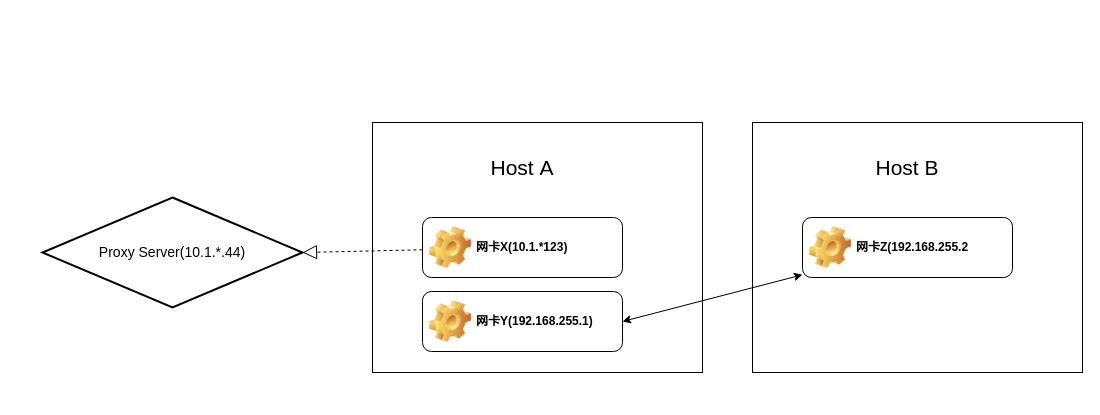
This is Untitled Diagram.drawio from pillsilly/pillsilly.github.io, a draw.io file, before an edit. Source tidied: cells renumbered, new cells numbered last; positions are measured from the earlier drawing's top-left corner, leaving out a move shared by most shapes. Both pictures are drawn from the tidied source at 100%, with x=0, y=0 at pixel (42, 122).
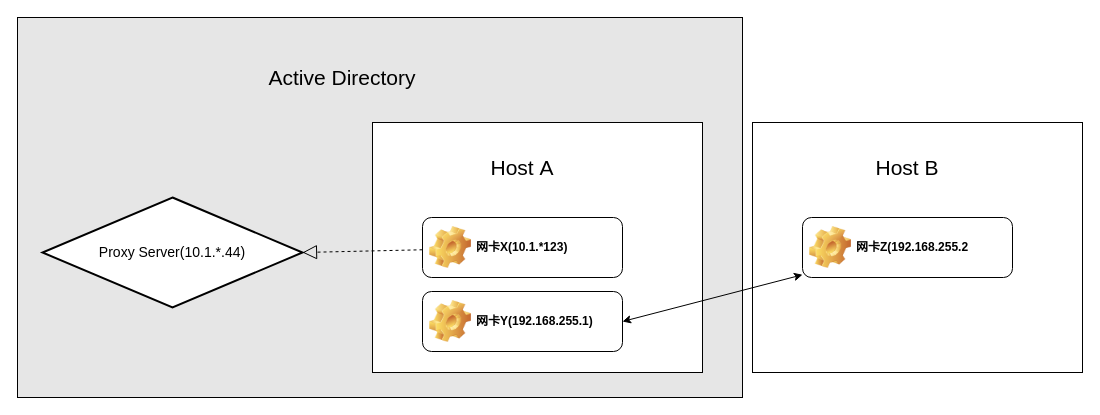
After the change.

Change to the diagram source:
```diff
@@
 <mxGraphModel>
   <root>
     <mxCell id="0" />
     <mxCell id="1" parent="0" />
+    <mxCell id="12" style="rounded=0;whiteSpace=wrap;html=1;fontSize=21;fillColor=#E6E6E6;" parent="1" vertex="1">
+      <mxGeometry x="-25" y="-105" width="725" height="380" as="geometry" />
+    </mxCell>
     <mxCell id="2" value="Proxy&amp;nbsp;Server(10.1.*.44)" style="shape=rhombus;strokeWidth=2;fontSize=17;perimeter=rhombusPerimeter;whiteSpace=wrap;html=1;align=center;fontSize=14;" parent="1" vertex="1">
       <mxGeometry y="75" width="260" height="110" as="geometry" />
     </mxCell>
     <mxCell id="3" style="rounded=0;whiteSpace=wrap;html=1;" parent="1" vertex="1">
       <mxGeometry x="330" width="330" height="250" as="geometry" />
     </mxCell>
     <mxCell id="4" value="网卡X(10.1.*123)" style="label;whiteSpace=wrap;html=1;image=img/clipart/Gear_128x128.png;" parent="1" vertex="1">
       <mxGeometry x="380" y="95" width="200" height="60" as="geometry" />
     </mxCell>
     <mxCell id="5" style="endArrow=block;dashed=1;endFill=0;endSize=12;html=1;entryX=1;entryY=0.5;entryDx=0;entryDy=0;" parent="1" edge="1" source="4" target="2">
       <mxGeometry relative="1" as="geometry" />
     </mxCell>
     <mxCell id="6" value="网卡Y(192.168.255.1)" style="label;whiteSpace=wrap;html=1;image=img/clipart/Gear_128x128.png;" parent="1" vertex="1">
       <mxGeometry x="380" y="169" width="200" height="60" as="geometry" />
     </mxCell>
     <mxCell id="7" value="Host&amp;nbsp;A" style="text;html=1;strokeColor=none;fillColor=none;align=center;verticalAlign=middle;whiteSpace=wrap;rounded=0;fontSize=21;" parent="1" vertex="1">
       <mxGeometry x="425" y="25" width="110" height="40" as="geometry" />
     </mxCell>
     <mxCell id="8" style="rounded=0;whiteSpace=wrap;html=1;" parent="1" vertex="1">
       <mxGeometry x="710" width="330" height="250" as="geometry" />
     </mxCell>
     <mxCell id="9" value="网卡Z(192.168.255.2" style="label;whiteSpace=wrap;html=1;image=img/clipart/Gear_128x128.png;" parent="1" vertex="1">
       <mxGeometry x="760" y="95" width="210" height="60" as="geometry" />
     </mxCell>
     <mxCell id="10" value="Host&amp;nbsp;B" style="text;html=1;strokeColor=none;fillColor=none;align=center;verticalAlign=middle;whiteSpace=wrap;rounded=0;fontSize=21;" parent="1" vertex="1">
       <mxGeometry x="810" y="25" width="110" height="40" as="geometry" />
     </mxCell>
     <mxCell id="11" style="endArrow=classic;startArrow=classic;html=1;fontSize=21;exitX=1;exitY=0.5;exitDx=0;exitDy=0;" parent="1" edge="1" source="6" target="9">
       <mxGeometry relative="1" as="geometry" />
     </mxCell>
+    <mxCell id="13" value="Active Directory" style="text;html=1;strokeColor=none;fillColor=none;align=center;verticalAlign=middle;whiteSpace=wrap;rounded=0;fontSize=21;" parent="1" vertex="1">
+      <mxGeometry x="105" y="-90" width="390" height="90" as="geometry" />
+    </mxCell>
   </root>
 </mxGraphModel>
```
